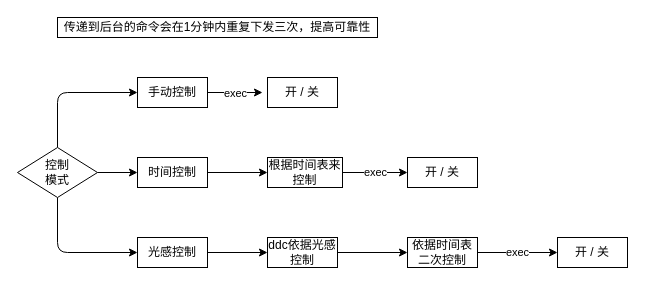
Above: drawio/ddc.drawio in simon2190/tools (draw.io), before the change. Source tidied: cells renumbered, new cells numbered last; positions are measured from the earlier drawing's top-left corner, leaving out a move shared by most shapes. Both pictures are drawn from the tidied source at 100%, with x=0, y=0 at pixel (17, 17).
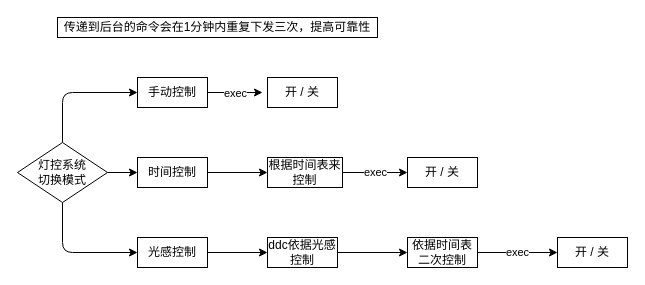
The same diagram, later.

Diff of the diagram source:
```diff
@@
-    <mxCell id="5" value="控制&lt;br&gt;模式" style="rhombus;whiteSpace=wrap;html=1;" parent="1" vertex="1">
-      <mxGeometry y="130" width="80" height="50" as="geometry" />
+    <mxCell id="5" value="灯控系统&lt;br&gt;切换模式" style="rhombus;whiteSpace=wrap;html=1;" parent="1" vertex="1">
+      <mxGeometry y="125" width="90" height="60" as="geometry" />
     </mxCell>
```
